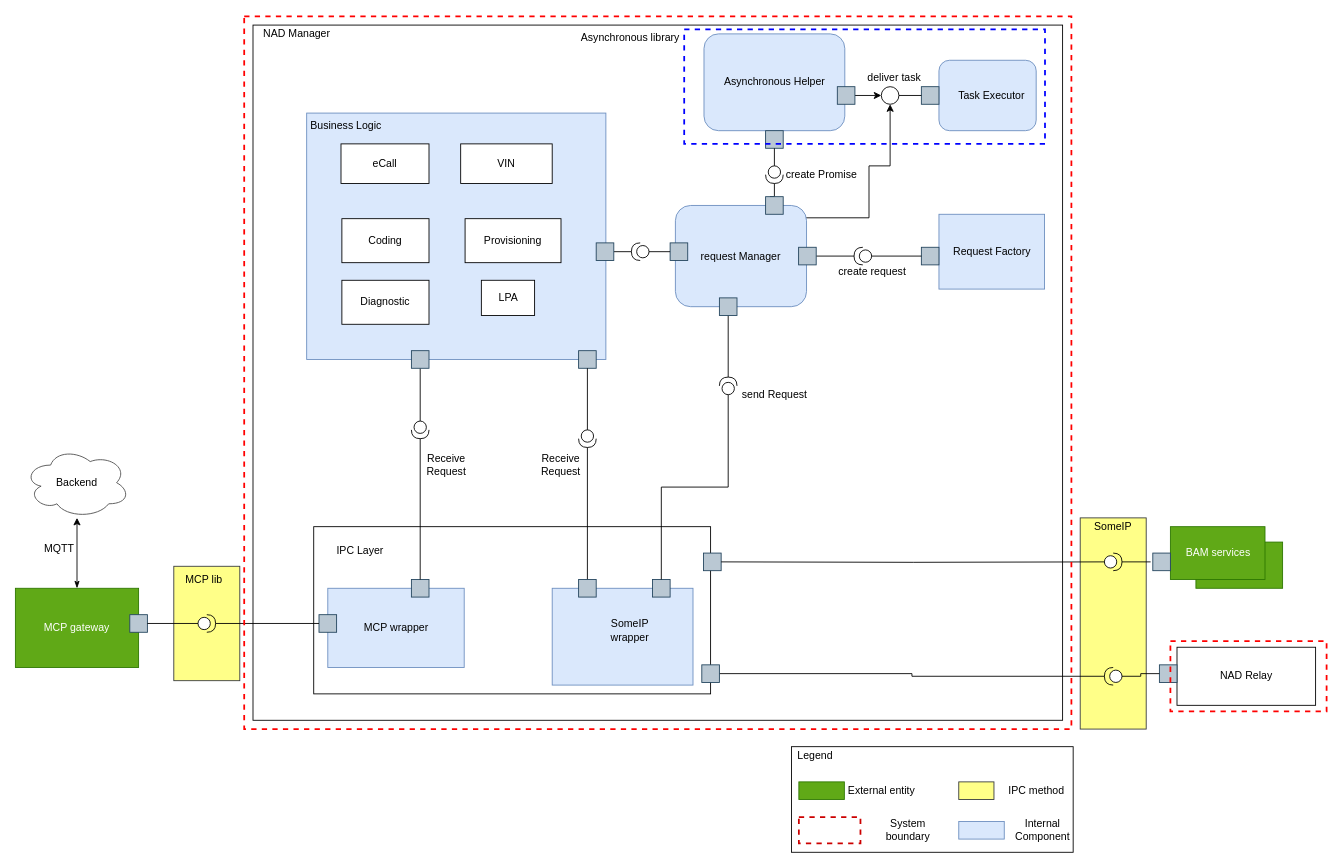
Earlier version of the draw.io diagram page "dynamic_2nd" (5 of 6) of doc/SA cert/Design/nadmanager.drawio (taikt/codefun). Source tidied: cells renumbered, new cells numbered last; positions are measured from the earlier drawing's top-left corner, leaving out a move shared by most shapes. Both pictures are drawn from the tidied source at 88%, with x=0, y=0 at pixel (-55, -816).
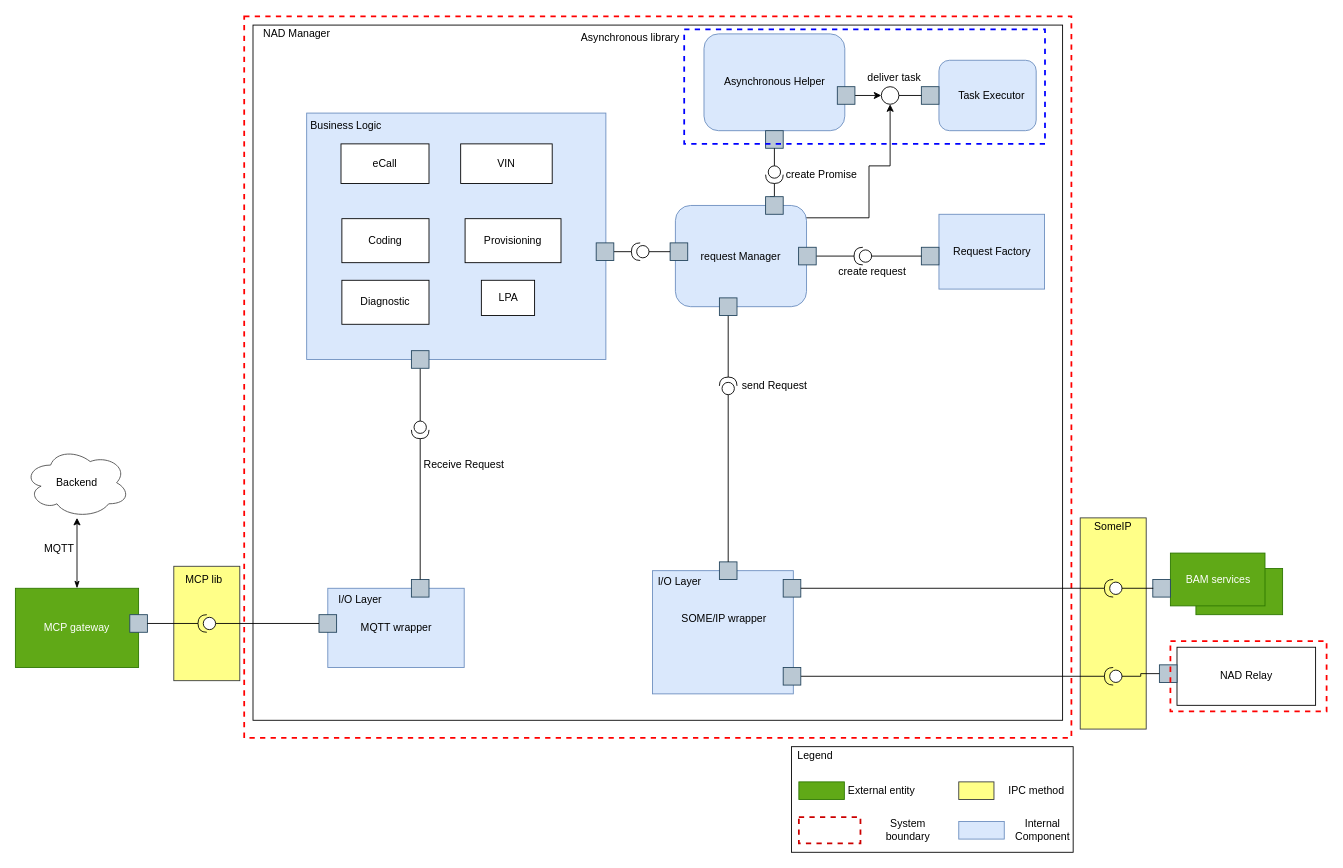
The same diagram, later.

The change refers to these unchanged cells:
```xml
<mxCell id="39" style="whiteSpace=wrap;html=1;fillColor=#bac8d3;strokeColor=#23445d;" parent="1" vertex="1">
  <mxGeometry x="424" y="1625" width="20" height="20" as="geometry" />
</mxCell>
```

Diff of the diagram source:
```diff
@@
     <mxCell id="13" style="rounded=0;whiteSpace=wrap;html=1;fillColor=#60a917;strokeColor=#2D7600;fontColor=#ffffff;" parent="1" vertex="1">
-      <mxGeometry x="1420.5" y="1542.5" width="98.5" height="52.5" as="geometry" />
+      <mxGeometry x="1420.5" y="1572.5" width="98.5" height="52.5" as="geometry" />
     </mxCell>
@@
     <mxCell id="26" value="BAM services" style="rounded=0;whiteSpace=wrap;html=1;fillColor=#60a917;strokeColor=#2D7600;fontColor=#ffffff;" parent="1" vertex="1">
-      <mxGeometry x="1391.5" y="1525" width="107.5" height="60" as="geometry" />
+      <mxGeometry x="1391.5" y="1555" width="107.5" height="60" as="geometry" />
     </mxCell>
@@
-    <mxCell id="29" style="rounded=0;whiteSpace=wrap;html=1;" parent="1" vertex="1">
-      <mxGeometry x="418" y="1525" width="451" height="190" as="geometry" />
-    </mxCell>
@@
-    <mxCell id="31" value="MCP wrapper" style="text;html=1;strokeColor=none;fillColor=none;align=center;verticalAlign=middle;whiteSpace=wrap;rounded=0;" parent="1" vertex="1">
+    <mxCell id="31" value="MQTT wrapper" style="text;html=1;strokeColor=none;fillColor=none;align=center;verticalAlign=middle;whiteSpace=wrap;rounded=0;" parent="1" vertex="1">
       <mxGeometry x="466.5" y="1630" width="90" height="20" as="geometry" />
     </mxCell>
     <mxCell id="32" style="rounded=0;whiteSpace=wrap;html=1;fillColor=#dae8fc;strokeColor=#6c8ebf;" parent="1" vertex="1">
-      <mxGeometry x="689" y="1595" width="160" height="110" as="geometry" />
+      <mxGeometry x="803" y="1575" width="160" height="140" as="geometry" />
     </mxCell>
-    <mxCell id="33" value="SomeIP wrapper" style="text;html=1;strokeColor=none;fillColor=none;align=center;verticalAlign=middle;whiteSpace=wrap;rounded=0;" parent="1" vertex="1">
-      <mxGeometry x="745" y="1632.5" width="65" height="20" as="geometry" />
+    <mxCell id="33" value="SOME/IP wrapper" style="text;html=1;strokeColor=none;fillColor=none;align=center;verticalAlign=middle;whiteSpace=wrap;rounded=0;" parent="1" vertex="1">
+      <mxGeometry x="834" y="1620" width="101" height="20" as="geometry" />
     </mxCell>
-    <mxCell id="34" value="IPC Layer" style="text;html=1;strokeColor=none;fillColor=none;align=center;verticalAlign=middle;whiteSpace=wrap;rounded=0;" parent="1" vertex="1">
-      <mxGeometry x="424" y="1535" width="94" height="35" as="geometry" />
+    <mxCell id="34" value="I/O Layer" style="text;html=1;strokeColor=none;fillColor=none;align=center;verticalAlign=middle;whiteSpace=wrap;rounded=0;" parent="1" vertex="1">
+      <mxGeometry x="424" y="1590" width="94" height="35" as="geometry" />
     </mxCell>
     <mxCell id="35" style="whiteSpace=wrap;html=1;fillColor=#bac8d3;strokeColor=#23445d;" parent="1" vertex="1">
-      <mxGeometry x="861" y="1555" width="20" height="20" as="geometry" />
+      <mxGeometry x="951.5" y="1585" width="20" height="20" as="geometry" />
     </mxCell>
@@
-    <mxCell id="43" style="edgeStyle=orthogonalEdgeStyle;rounded=0;jettySize=auto;html=1;exitX=1;exitY=0.5;exitDx=0;exitDy=0;entryX=0.5;entryY=0;entryDx=0;entryDy=0;startArrow=none;startFill=0;endArrow=none;endFill=0;exitPerimeter=0;" parent="1" edge="1" source="69" target="45">
-      <mxGeometry relative="1" as="geometry" />
-    </mxCell>
-    <mxCell id="44" style="whiteSpace=wrap;html=1;fillColor=#bac8d3;strokeColor=#23445d;" parent="1" vertex="1">
-      <mxGeometry x="719" y="1325" width="20" height="20" as="geometry" />
-    </mxCell>
-    <mxCell id="45" style="whiteSpace=wrap;html=1;fillColor=#bac8d3;strokeColor=#23445d;" parent="1" vertex="1">
-      <mxGeometry x="719" y="1585" width="20" height="20" as="geometry" />
-    </mxCell>
@@
     <mxCell id="56" style="whiteSpace=wrap;html=1;fillColor=#bac8d3;strokeColor=#23445d;" parent="1" vertex="1">
-      <mxGeometry x="803" y="1585" width="20" height="20" as="geometry" />
+      <mxGeometry x="879" y="1565" width="20" height="20" as="geometry" />
     </mxCell>
@@
     <mxCell id="59" value="send Request" style="text;html=1;strokeColor=none;fillColor=none;align=center;verticalAlign=middle;whiteSpace=wrap;rounded=0;" parent="1" vertex="1">
-      <mxGeometry x="901.5" y="1365" width="80" height="20" as="geometry" />
+      <mxGeometry x="901.5" y="1355" width="80" height="20" as="geometry" />
     </mxCell>
-    <mxCell id="60" value="Receive Request" style="text;html=1;strokeColor=none;fillColor=none;align=center;verticalAlign=middle;whiteSpace=wrap;rounded=0;" parent="1" vertex="1">
-      <mxGeometry x="659" y="1445" width="80" height="20" as="geometry" />
-    </mxCell>
     <mxCell id="61" value="Receive Request" style="text;html=1;strokeColor=none;fillColor=none;align=center;verticalAlign=middle;whiteSpace=wrap;rounded=0;" parent="1" vertex="1">
-      <mxGeometry x="529" y="1445" width="80" height="20" as="geometry" />
+      <mxGeometry x="529" y="1445" width="120" height="20" as="geometry" />
     </mxCell>
@@
     <mxCell id="66" style="whiteSpace=wrap;html=1;fillColor=#bac8d3;strokeColor=#23445d;" parent="1" vertex="1">
-      <mxGeometry x="1371.5" y="1555" width="20" height="20" as="geometry" />
+      <mxGeometry x="1371.5" y="1585" width="20" height="20" as="geometry" />
     </mxCell>
@@
-    <mxCell id="69" style="shape=providedRequiredInterface;html=1;verticalLabelPosition=bottom;sketch=0;rotation=90;" parent="1" vertex="1">
-      <mxGeometry x="719" y="1415" width="20" height="20" as="geometry" />
-    </mxCell>
-    <mxCell id="70" style="edgeStyle=orthogonalEdgeStyle;rounded=0;jettySize=auto;html=1;exitX=0.5;exitY=1;exitDx=0;exitDy=0;entryX=0;entryY=0.5;entryDx=0;entryDy=0;startArrow=none;startFill=0;endArrow=none;endFill=0;entryPerimeter=0;" parent="1" edge="1" source="44" target="69">
-      <mxGeometry relative="1" as="geometry" />
-    </mxCell>
@@
-    <mxCell id="82" style="edgeStyle=orthogonalEdgeStyle;rounded=0;jettySize=auto;html=1;exitX=1;exitY=0.5;exitDx=0;exitDy=0;exitPerimeter=0;entryX=0;entryY=0.5;entryDx=0;entryDy=0;startArrow=none;startFill=0;endArrow=none;endFill=0;" parent="1" edge="1" source="83" target="39">
+    <mxCell id="82" style="edgeStyle=orthogonalEdgeStyle;rounded=0;jettySize=auto;html=1;exitX=0;exitY=0.5;exitDx=0;exitDy=0;exitPerimeter=0;entryX=0;entryY=0.5;entryDx=0;entryDy=0;startArrow=none;startFill=0;endArrow=none;endFill=0;" parent="1" edge="1" source="83" target="39">
       <mxGeometry relative="1" as="geometry" />
     </mxCell>
-    <mxCell id="83" style="shape=providedRequiredInterface;html=1;verticalLabelPosition=bottom;sketch=0;rotation=0;" parent="1" vertex="1">
+    <mxCell id="83" style="shape=providedRequiredInterface;html=1;verticalLabelPosition=bottom;sketch=0;rotation=-180;" parent="1" vertex="1">
       <mxGeometry x="286.5" y="1625" width="20" height="20" as="geometry" />
     </mxCell>
@@
-    <mxCell id="88" style="edgeStyle=orthogonalEdgeStyle;rounded=0;jettySize=auto;html=1;exitX=1;exitY=0.5;exitDx=0;exitDy=0;exitPerimeter=0;startArrow=none;startFill=0;endArrow=none;endFill=0;" parent="1" edge="1" source="89">
+    <mxCell id="88" style="edgeStyle=orthogonalEdgeStyle;rounded=0;jettySize=auto;html=1;exitX=0;exitY=0.5;exitDx=0;exitDy=0;exitPerimeter=0;startArrow=none;startFill=0;endArrow=none;endFill=0;" parent="1" edge="1" source="89">
       <mxGeometry relative="1" as="geometry">
-        <mxPoint x="1369" y="1565" as="targetPoint" />
+        <mxPoint x="1372" y="1595" as="targetPoint" />
       </mxGeometry>
     </mxCell>
-    <mxCell id="89" style="shape=providedRequiredInterface;html=1;verticalLabelPosition=bottom;sketch=0;rotation=0;" parent="1" vertex="1">
-      <mxGeometry x="1316.5" y="1555" width="20" height="20" as="geometry" />
+    <mxCell id="89" style="shape=providedRequiredInterface;html=1;verticalLabelPosition=bottom;sketch=0;rotation=-180;" parent="1" vertex="1">
+      <mxGeometry x="1316.5" y="1585" width="20" height="20" as="geometry" />
     </mxCell>
-    <mxCell id="90" style="edgeStyle=orthogonalEdgeStyle;rounded=0;jettySize=auto;html=1;exitX=1;exitY=0.5;exitDx=0;exitDy=0;startArrow=none;startFill=0;endArrow=none;endFill=0;entryX=0;entryY=0.5;entryDx=0;entryDy=0;entryPerimeter=0;" parent="1" edge="1" target="89">
-      <mxGeometry relative="1" as="geometry">
-        <mxPoint x="881" y="1565" as="sourcePoint" />
-      </mxGeometry>
-    </mxCell>
@@
     <mxCell id="94" style="whiteSpace=wrap;html=1;fillColor=#bac8d3;strokeColor=#23445d;" parent="1" vertex="1">
-      <mxGeometry x="859" y="1682" width="20" height="20" as="geometry" />
+      <mxGeometry x="951.5" y="1685" width="20" height="20" as="geometry" />
     </mxCell>
@@
     <mxCell id="96" style="rounded=0;whiteSpace=wrap;html=1;dashed=1;strokeColor=#FF0000;strokeWidth=2;fillColor=none;" parent="1" vertex="1">
-      <mxGeometry x="339" y="945" width="940" height="810" as="geometry" />
+      <mxGeometry x="339" y="945" width="940" height="820" as="geometry" />
     </mxCell>
@@
+    <mxCell id="110" value="I/O Layer" style="text;html=1;strokeColor=none;fillColor=none;align=center;verticalAlign=middle;whiteSpace=wrap;rounded=0;" parent="1" vertex="1">
+      <mxGeometry x="787" y="1570" width="94" height="35" as="geometry" />
+    </mxCell>
+    <mxCell id="111" style="edgeStyle=orthogonalEdgeStyle;rounded=0;orthogonalLoop=1;jettySize=auto;html=1;exitX=1;exitY=0.5;exitDx=0;exitDy=0;entryX=1;entryY=0.5;entryDx=0;entryDy=0;entryPerimeter=0;endArrow=none;endFill=0;" parent="1" edge="1">
+      <mxGeometry relative="1" as="geometry">
+        <mxPoint x="971.5" y="1595" as="sourcePoint" />
+        <mxPoint x="1316.5" y="1595" as="targetPoint" />
+      </mxGeometry>
+    </mxCell>
```
